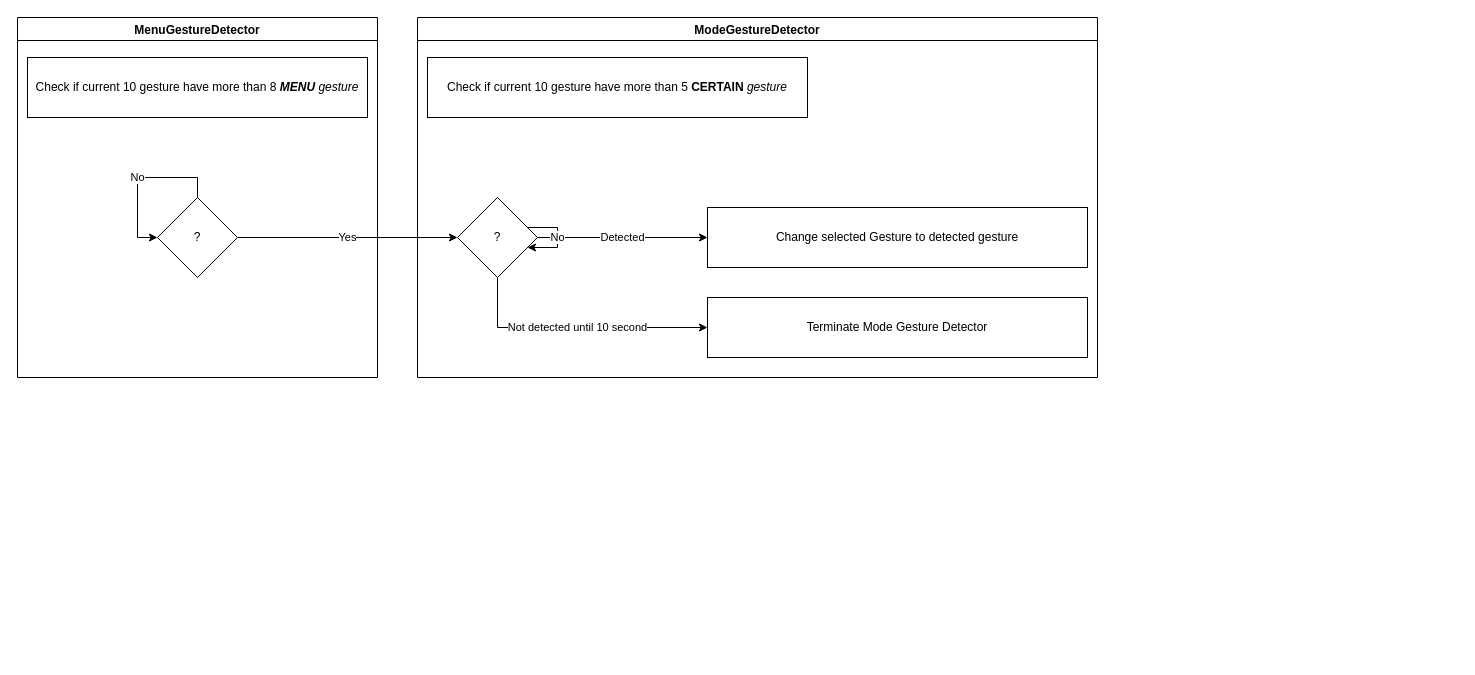
Before: page "Changing Gesture" (4 of 4) of Application.drawio in VanSubstance/capstone_AppPal, a draw.io diagram. Source tidied: cells renumbered, new cells numbered last; positions are measured from the earlier drawing's top-left corner, leaving out a move shared by most shapes. Both pictures are drawn from the tidied source at 100%, with x=0, y=0 at pixel (17, 17).
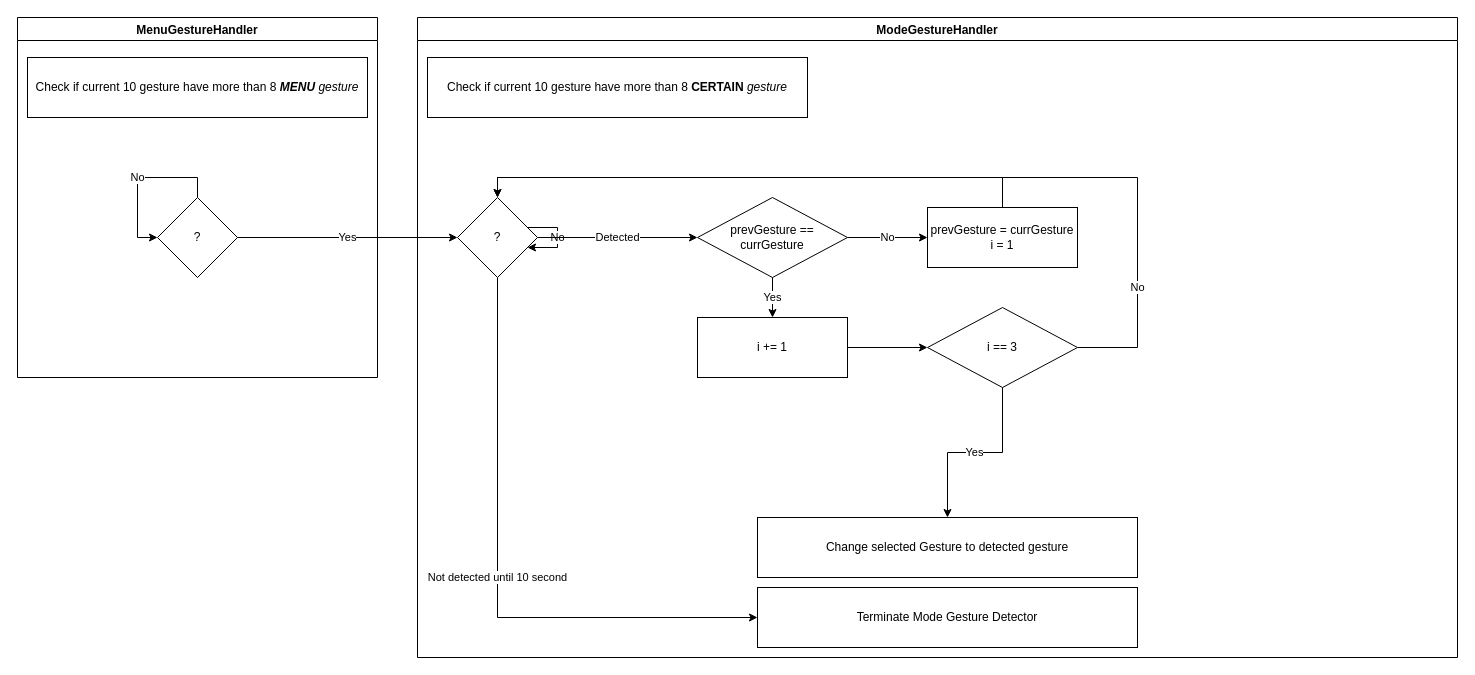
Above is the later version.

Commit message:
Refactor(Basic structure): #36

The change refers to these unchanged cells:
```xml
<mxCell id="10" value="?" style="rhombus;whiteSpace=wrap;html=1;" parent="6" vertex="1">
  <mxGeometry x="40" y="180" width="80" height="80" as="geometry" />
</mxCell>
```

The edit, as a diff of the source:
```diff
@@
-    <mxCell id="2" value="MenuGestureDetector" style="swimlane;" parent="1" vertex="1">
+    <mxCell id="2" value="MenuGestureHandler" style="swimlane;" parent="1" vertex="1">
       <mxGeometry width="360" height="360" as="geometry" />
     </mxCell>
@@
-    <mxCell id="6" value="ModeGestureDetector" style="swimlane;" parent="1" vertex="1">
-      <mxGeometry x="400" width="680" height="360" as="geometry" />
+    <mxCell id="6" value="ModeGestureHandler" style="swimlane;" parent="1" vertex="1">
+      <mxGeometry x="400" width="1040" height="640" as="geometry" />
     </mxCell>
-    <mxCell id="7" value="Check if current 10 gesture have more than 5 &lt;b&gt;CERTAIN&amp;nbsp;&lt;/b&gt;&lt;i style=&quot;&quot;&gt;gesture&lt;/i&gt;" style="rounded=0;whiteSpace=wrap;html=1;" parent="6" vertex="1">
+    <mxCell id="7" value="Check if current 10 gesture have more than 8&amp;nbsp;&lt;b&gt;CERTAIN&amp;nbsp;&lt;/b&gt;&lt;i style=&quot;&quot;&gt;gesture&lt;/i&gt;" style="rounded=0;whiteSpace=wrap;html=1;" parent="6" vertex="1">
       <mxGeometry x="10" y="40" width="380" height="60" as="geometry" />
     </mxCell>
-    <mxCell id="8" value="Detected" style="edgeStyle=orthogonalEdgeStyle;rounded=0;jettySize=auto;html=1;" parent="6" edge="1" source="10" target="11">
-      <mxGeometry relative="1" as="geometry" />
-    </mxCell>
@@
     <mxCell id="11" value="Change selected Gesture to detected gesture" style="rounded=0;whiteSpace=wrap;html=1;" parent="6" vertex="1">
-      <mxGeometry x="290" y="190" width="380" height="60" as="geometry" />
+      <mxGeometry x="340" y="500" width="380" height="60" as="geometry" />
     </mxCell>
@@
     <mxCell id="13" value="Terminate Mode Gesture Detector" style="rounded=0;whiteSpace=wrap;html=1;" parent="6" vertex="1">
-      <mxGeometry x="290" y="280" width="380" height="60" as="geometry" />
+      <mxGeometry x="340" y="570" width="380" height="60" as="geometry" />
     </mxCell>
+    <mxCell id="15" value="prevGesture == currGesture" style="rhombus;whiteSpace=wrap;html=1;" parent="6" vertex="1">
+      <mxGeometry x="280" y="180" width="150" height="80" as="geometry" />
+    </mxCell>
+    <mxCell id="8" value="Detected" style="edgeStyle=orthogonalEdgeStyle;rounded=0;jettySize=auto;html=1;" parent="6" edge="1" source="10" target="15">
+      <mxGeometry relative="1" as="geometry" />
+    </mxCell>
+    <mxCell id="16" value="i += 1" style="whiteSpace=wrap;html=1;" parent="6" vertex="1">
+      <mxGeometry x="280" y="300" width="150" height="60" as="geometry" />
+    </mxCell>
+    <mxCell id="17" value="Yes" style="edgeStyle=orthogonalEdgeStyle;rounded=0;jettySize=auto;html=1;" parent="6" edge="1" source="15" target="16">
+      <mxGeometry relative="1" as="geometry" />
+    </mxCell>
+    <mxCell id="18" value="No" style="edgeStyle=orthogonalEdgeStyle;rounded=0;jettySize=auto;html=1;entryX=0.5;entryY=0;entryDx=0;entryDy=0;" parent="6" edge="1" source="19" target="10">
+      <mxGeometry x="-0.73" relative="1" as="geometry">
+        <Array as="points">
+          <mxPoint x="720" y="330" />
+          <mxPoint x="720" y="160" />
+          <mxPoint x="80" y="160" />
+        </Array>
+      </mxGeometry>
+    </mxCell>
+    <mxCell id="19" value="i == 3" style="rhombus;whiteSpace=wrap;html=1;" parent="6" vertex="1">
+      <mxGeometry x="510" y="290" width="150" height="80" as="geometry" />
+    </mxCell>
+    <mxCell id="20" style="edgeStyle=orthogonalEdgeStyle;rounded=0;jettySize=auto;html=1;" parent="6" edge="1" source="16" target="19">
+      <mxGeometry relative="1" as="geometry" />
+    </mxCell>
+    <mxCell id="21" value="Yes" style="edgeStyle=orthogonalEdgeStyle;rounded=0;jettySize=auto;html=1;" parent="6" edge="1" source="19" target="11">
+      <mxGeometry relative="1" as="geometry" />
+    </mxCell>
+    <mxCell id="22" value="prevGesture = currGesture&lt;br&gt;i = 1" style="whiteSpace=wrap;html=1;" parent="6" vertex="1">
+      <mxGeometry x="510" y="190" width="150" height="60" as="geometry" />
+    </mxCell>
+    <mxCell id="23" value="No" style="edgeStyle=orthogonalEdgeStyle;rounded=0;jettySize=auto;html=1;" parent="6" edge="1" source="15" target="22">
+      <mxGeometry relative="1" as="geometry" />
+    </mxCell>
+    <mxCell id="24" style="edgeStyle=orthogonalEdgeStyle;rounded=0;jettySize=auto;html=1;entryX=0.5;entryY=0;entryDx=0;entryDy=0;" parent="6" edge="1" source="22" target="10">
+      <mxGeometry relative="1" as="geometry">
+        <Array as="points">
+          <mxPoint x="585" y="160" />
+          <mxPoint x="80" y="160" />
+        </Array>
+      </mxGeometry>
+    </mxCell>
```
